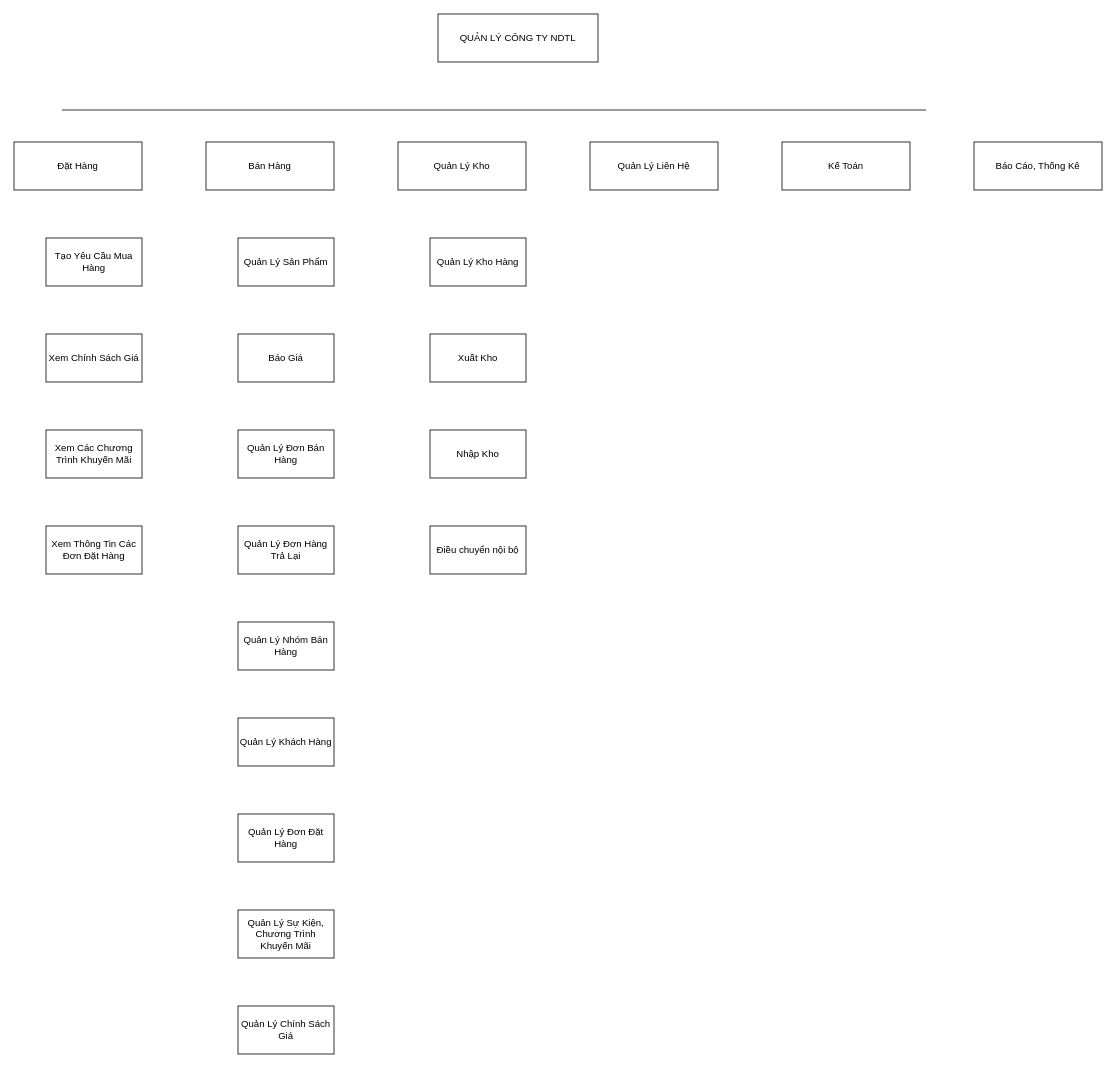
Earlier version of the draw.io diagram page "Cây Phân Rã Chức Năng" (4 of 4) of MuaHangOdoo.drawio (nguyenvu16102001/weblt.github.io). Source tidied: cells renumbered, new cells numbered last; positions are measured from the earlier drawing's top-left corner, leaving out a move shared by most shapes. Both pictures are drawn from the tidied source at 80%, with x=0, y=0 at pixel (14, 14).
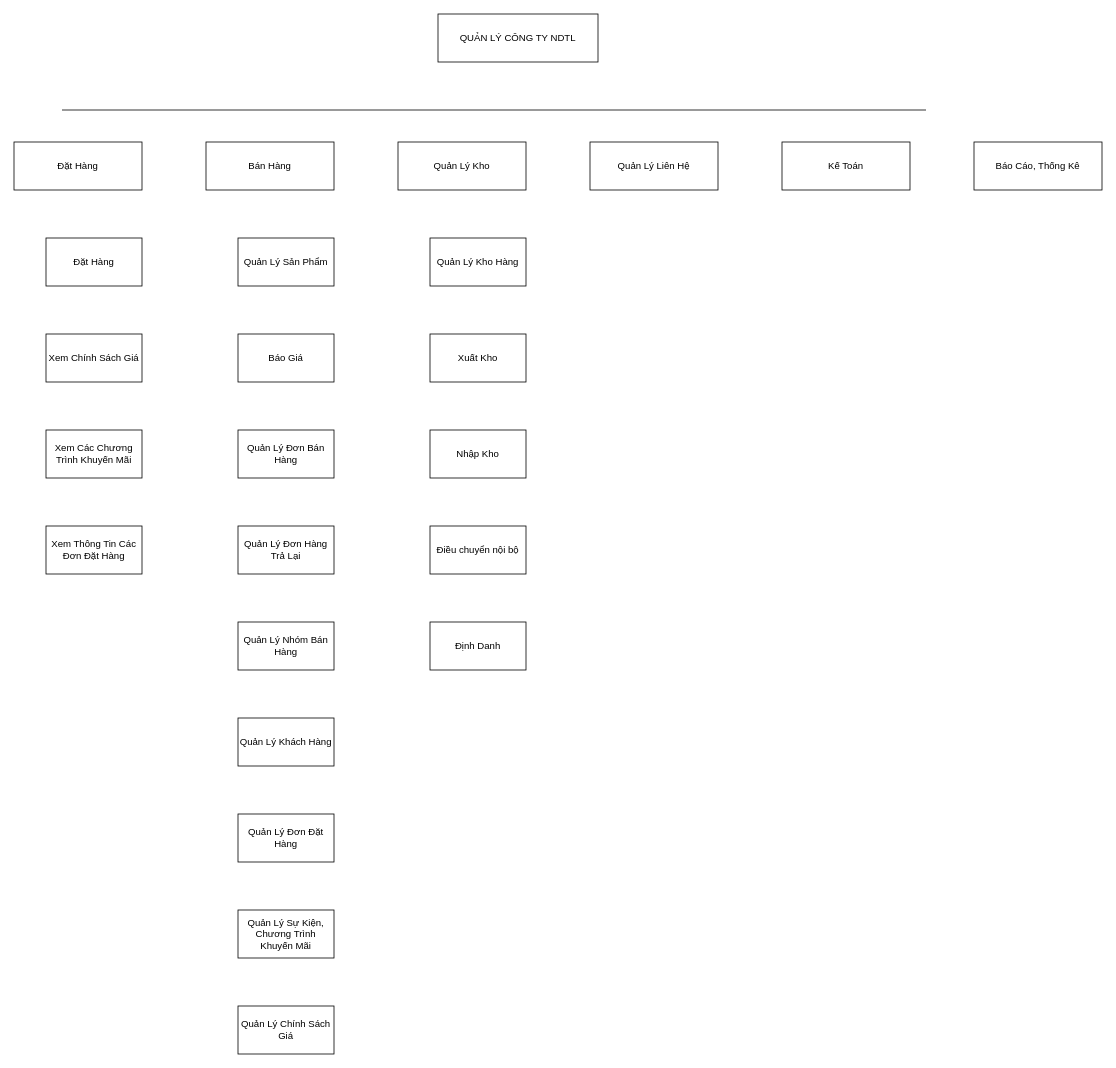
The same page after the edit.

The edit, as a diff of the source:
```diff
@@
-    <mxCell id="14" value="Tạo Yêu Cầu Mua Hàng" style="rounded=0;whiteSpace=wrap;html=1;" parent="1" vertex="1">
+    <mxCell id="14" value="Đặt Hàng" style="rounded=0;whiteSpace=wrap;html=1;" parent="1" vertex="1">
       <mxGeometry x="40" y="280" width="120" height="60" as="geometry" />
     </mxCell>
@@
+    <mxCell id="27" value="Định Danh" style="rounded=0;whiteSpace=wrap;html=1;" parent="1" vertex="1">
+      <mxGeometry x="520" y="760" width="120" height="60" as="geometry" />
+    </mxCell>
```
